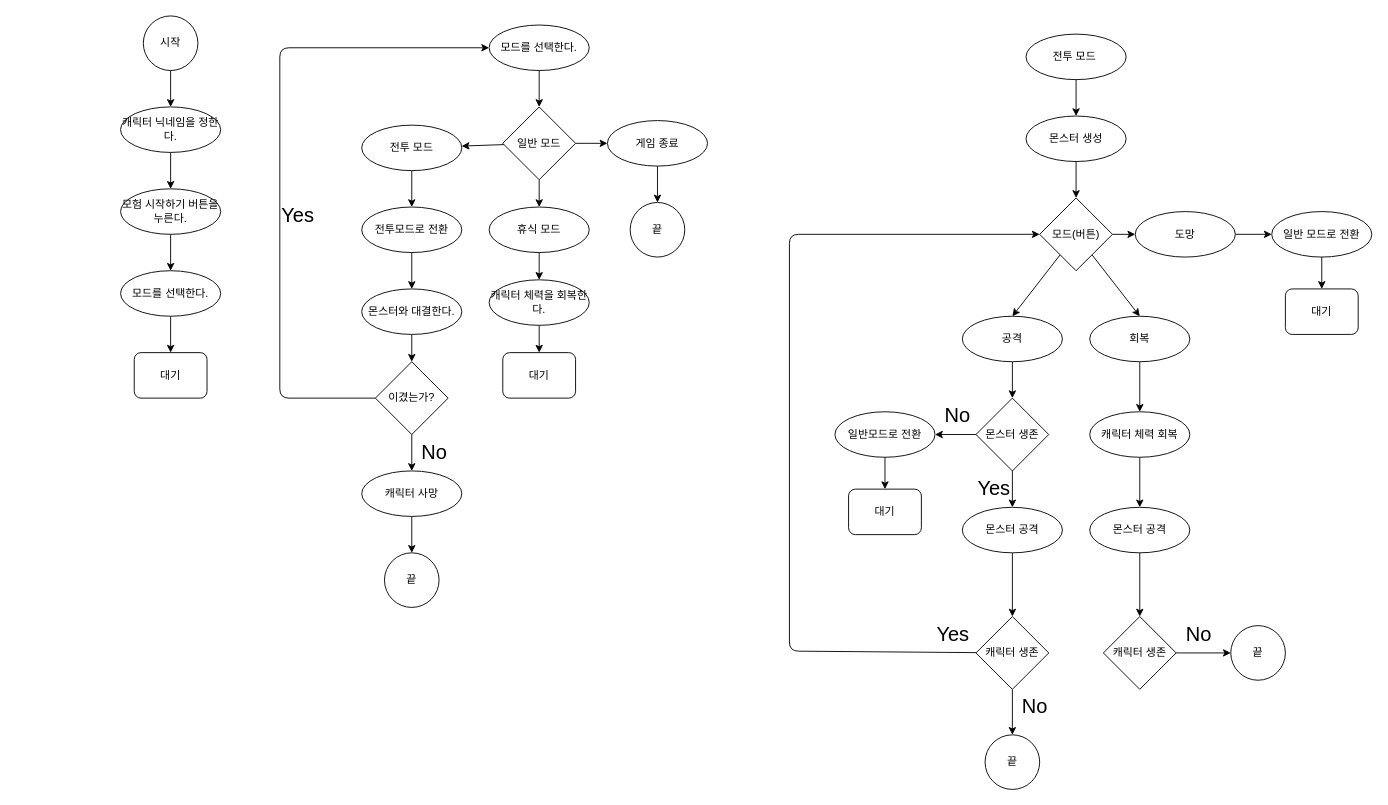
Earlier version of the draw.io diagram webGame/textRPG/textRPG.drawio (leesuun/vanilla-js). Source tidied: cells renumbered, new cells numbered last; positions are measured from the earlier drawing's top-left corner, leaving out a move shared by most shapes. Both pictures are drawn from the tidied source at 91%, with x=0, y=0 at pixel (120, 15).
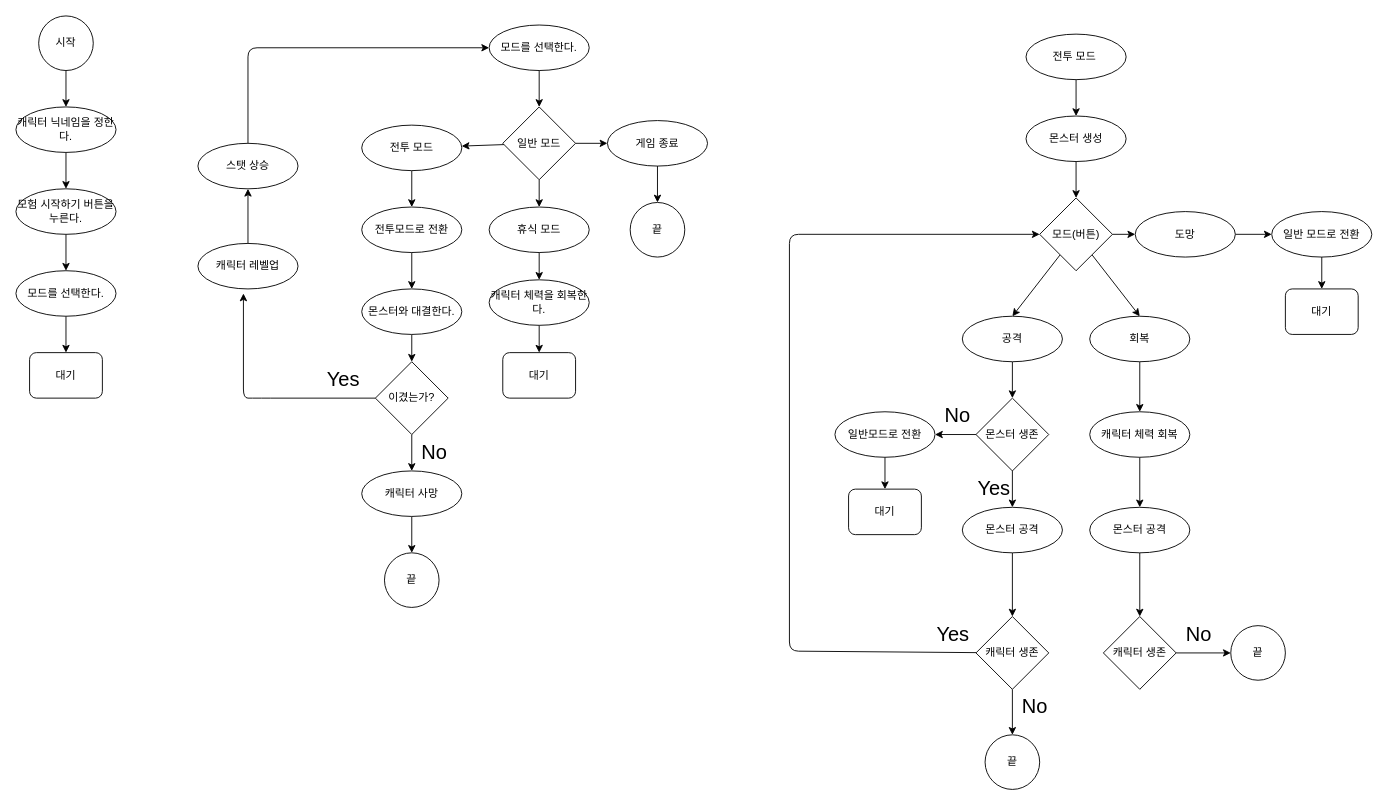
The same diagram, later.

Commit message (it also covers changes not shown here):
textRPG-front

The change refers to these unchanged cells:
```xml
<mxCell id="12" value="모드를 선택한다." style="ellipse;whiteSpace=wrap;html=1;" parent="1" vertex="1">
  <mxGeometry x="405" y="10" width="110" height="50" as="geometry" />
</mxCell>
<mxCell id="30" value="이겼는가?" style="rhombus;whiteSpace=wrap;html=1;" parent="1" vertex="1">
  <mxGeometry x="280" y="380" width="80" height="80" as="geometry" />
</mxCell>
```

What changed in the source:
```diff
@@
     <mxCell id="3" value="시작" style="ellipse;whiteSpace=wrap;html=1;" parent="1" vertex="1">
-      <mxGeometry x="25" width="60" height="60" as="geometry" />
+      <mxGeometry x="-90" width="60" height="60" as="geometry" />
     </mxCell>
@@
     <mxCell id="5" value="캐릭터 닉네임을 정한다." style="ellipse;whiteSpace=wrap;html=1;" parent="1" vertex="1">
-      <mxGeometry y="100" width="110" height="50" as="geometry" />
+      <mxGeometry x="-115" y="100" width="110" height="50" as="geometry" />
     </mxCell>
@@
     <mxCell id="7" value="모험 시작하기 버튼을 누른다." style="ellipse;whiteSpace=wrap;html=1;" parent="1" vertex="1">
-      <mxGeometry y="190" width="110" height="50" as="geometry" />
+      <mxGeometry x="-115" y="190" width="110" height="50" as="geometry" />
     </mxCell>
     <mxCell id="8" value="대기" style="rounded=1;whiteSpace=wrap;html=1;" parent="1" vertex="1">
-      <mxGeometry x="15" y="370" width="80" height="50" as="geometry" />
+      <mxGeometry x="-100" y="370" width="80" height="50" as="geometry" />
     </mxCell>
@@
     <mxCell id="10" value="모드를 선택한다." style="ellipse;whiteSpace=wrap;html=1;" parent="1" vertex="1">
-      <mxGeometry y="280" width="110" height="50" as="geometry" />
+      <mxGeometry x="-115" y="280" width="110" height="50" as="geometry" />
     </mxCell>
@@
-    <mxCell id="29" style="edgeStyle=none;html=1;entryX=0;entryY=0.5;entryDx=0;entryDy=0;" parent="1" edge="1" source="30" target="12">
-      <mxGeometry relative="1" as="geometry">
-        <Array as="points">
-          <mxPoint x="175" y="420" />
-          <mxPoint x="175" y="35" />
-        </Array>
-      </mxGeometry>
-    </mxCell>
+    <mxCell id="80" style="edgeStyle=none;html=1;" parent="1" edge="1" source="30">
+      <mxGeometry relative="1" as="geometry">
+        <mxPoint x="135" y="305" as="targetPoint" />
+        <Array as="points">
+          <mxPoint x="155" y="420" />
+          <mxPoint x="135" y="420" />
+        </Array>
+      </mxGeometry>
+    </mxCell>
@@
     <mxCell id="31" value="&lt;font style=&quot;font-size: 22px&quot;&gt;Yes&lt;/font&gt;" style="text;html=1;strokeColor=none;fillColor=none;align=center;verticalAlign=middle;whiteSpace=wrap;rounded=0;" parent="1" vertex="1">
-      <mxGeometry x="175" y="210" width="40" height="20" as="geometry" />
+      <mxGeometry x="225" y="390" width="40" height="20" as="geometry" />
     </mxCell>
@@
+    <mxCell id="81" style="edgeStyle=none;html=1;" parent="1" edge="1" source="82" target="84">
+      <mxGeometry relative="1" as="geometry" />
+    </mxCell>
+    <mxCell id="82" value="캐릭터 레벨업" style="ellipse;whiteSpace=wrap;html=1;" parent="1" vertex="1">
+      <mxGeometry x="85" y="250" width="110" height="50" as="geometry" />
+    </mxCell>
+    <mxCell id="83" style="edgeStyle=none;html=1;entryX=0;entryY=0.5;entryDx=0;entryDy=0;" parent="1" edge="1" source="84" target="12">
+      <mxGeometry relative="1" as="geometry">
+        <Array as="points">
+          <mxPoint x="140" y="35" />
+        </Array>
+      </mxGeometry>
+    </mxCell>
+    <mxCell id="84" value="스탯 상승" style="ellipse;whiteSpace=wrap;html=1;" parent="1" vertex="1">
+      <mxGeometry x="85" y="140" width="110" height="50" as="geometry" />
+    </mxCell>
```
